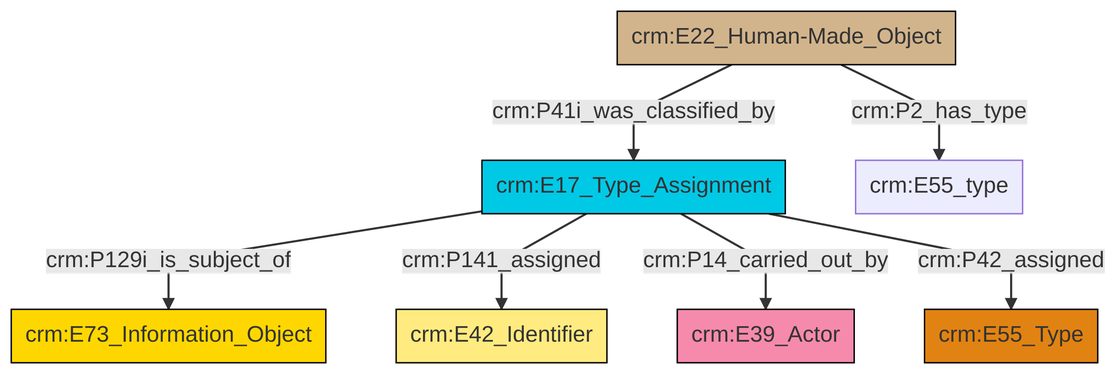
This is et/builtWorkCSV/ttl/mmd/png/Built_Work_designation_status.png from swiss-art-research-net/docs.swissartresearch, a Mermaid export, as it was before one commit. Its source is kept beside it as et/builtWorkCSV/ttl/mmd/Built_Work_designation_status.ttl.mmd.
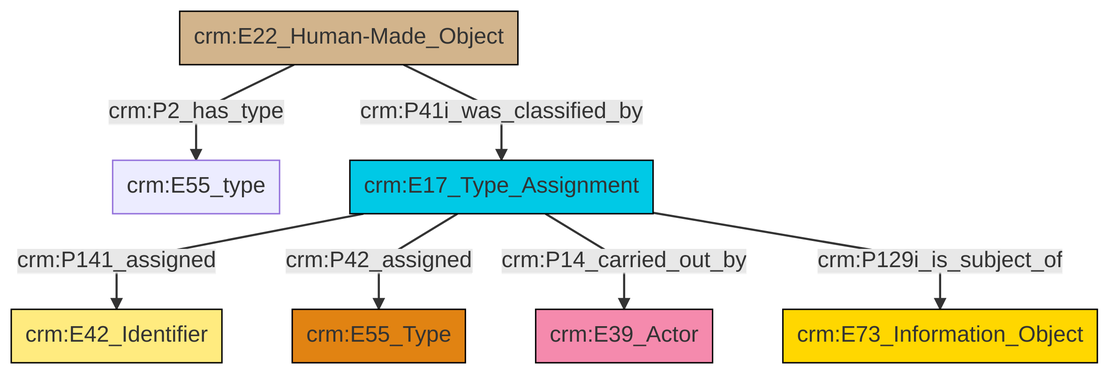
Above is the later version.

Change to the diagram source:
```diff
@@ -13,9 +13,9 @@
 classDef PC_Classes fill:#4ce600, stroke:#000000;
 classDef Multi fill:#cccccc,stroke:#000000;
 
-0["crm:E22_Human-Made_Object"]:::Physical_Thing -->|crm:P41i_was_classified_by| 1["crm:E17_Type_Assignment"]:::Temporal_Entity
-0["crm:E22_Human-Made_Object"]:::Physical_Thing -->|crm:P2_has_type| 8["crm:E55_type"]:::Default
-1["crm:E17_Type_Assignment"]:::Temporal_Entity -->|crm:P129i_is_subject_of| 11["crm:E73_Information_Object"]:::Conceptual_Object
-1["crm:E17_Type_Assignment"]:::Temporal_Entity -->|crm:P141_assigned| 2["crm:E42_Identifier"]:::Appellation
-1["crm:E17_Type_Assignment"]:::Temporal_Entity -->|crm:P14_carried_out_by| 9["crm:E39_Actor"]:::Actor
-1["crm:E17_Type_Assignment"]:::Temporal_Entity -->|crm:P42_assigned| 5["crm:E55_Type"]:::Type
+0["crm:E22_Human-Made_Object"]:::Physical_Thing -->|crm:P2_has_type| 1["crm:E55_type"]:::Default
+4["crm:E17_Type_Assignment"]:::Temporal_Entity -->|crm:P141_assigned| 2["crm:E42_Identifier"]:::Appellation
+4["crm:E17_Type_Assignment"]:::Temporal_Entity -->|crm:P42_assigned| 7["crm:E55_Type"]:::Type
+0["crm:E22_Human-Made_Object"]:::Physical_Thing -->|crm:P41i_was_classified_by| 4["crm:E17_Type_Assignment"]:::Temporal_Entity
+4["crm:E17_Type_Assignment"]:::Temporal_Entity -->|crm:P14_carried_out_by| 8["crm:E39_Actor"]:::Actor
+4["crm:E17_Type_Assignment"]:::Temporal_Entity -->|crm:P129i_is_subject_of| 5["crm:E73_Information_Object"]:::Conceptual_Object
```
